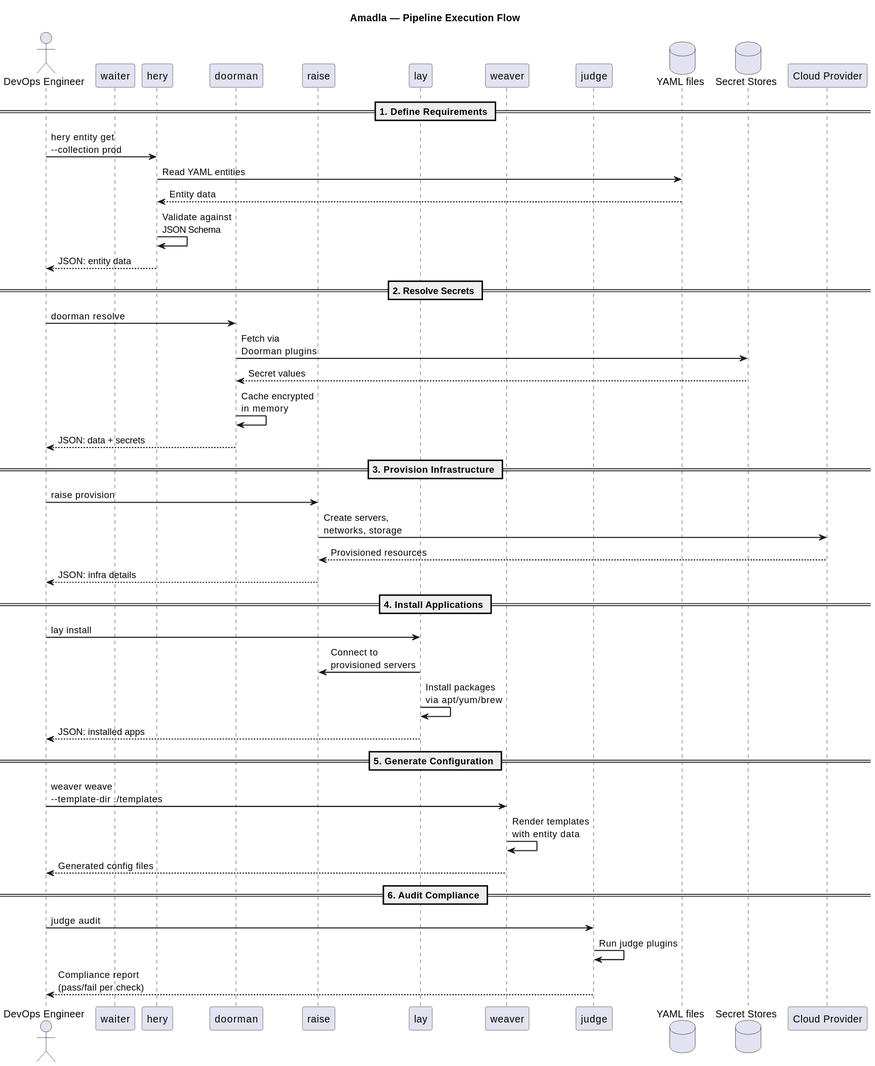
This is docs/diagrams/out/seq-pipeline-flow.svg from AmadlaOrg/AmadlaOrg.github.io, a PlantUML export, as it was before one commit. Its diagram source:
```plantuml
@startuml
title Amadla — Pipeline Execution Flow

skinparam sequenceArrowThickness 1.5
skinparam sequenceParticipantBorderColor #444

actor "DevOps Engineer" as user
participant "waiter" as waiter
participant "hery" as hery
participant "doorman" as doorman
participant "raise" as raise
participant "lay" as lay
participant "weaver" as weaver
participant "judge" as judge

database "YAML files" as yaml
database "Secret Stores" as secrets
participant "Cloud Provider" as cloud

== 1. Define Requirements ==
user -> hery : hery entity get\n--collection prod
hery -> yaml : Read YAML entities
yaml --> hery : Entity data
hery -> hery : Validate against\nJSON Schema
hery --> user : JSON: entity data

== 2. Resolve Secrets ==
user -> doorman : doorman resolve
doorman -> secrets : Fetch via\nDoorman plugins
secrets --> doorman : Secret values
doorman -> doorman : Cache encrypted\nin memory
doorman --> user : JSON: data + secrets

== 3. Provision Infrastructure ==
user -> raise : raise provision
raise -> cloud : Create servers,\nnetworks, storage
cloud --> raise : Provisioned resources
raise --> user : JSON: infra details

== 4. Install Applications ==
user -> lay : lay install
lay -> raise : Connect to\nprovisioned servers
lay -> lay : Install packages\nvia apt/yum/brew
lay --> user : JSON: installed apps

== 5. Generate Configuration ==
user -> weaver : weaver weave\n--template-dir ./templates
weaver -> weaver : Render templates\nwith entity data
weaver --> user : Generated config files

== 6. Audit Compliance ==
user -> judge : judge audit
judge -> judge : Run judge plugins
judge --> user : Compliance report\n(pass/fail per check)
@enduml
```
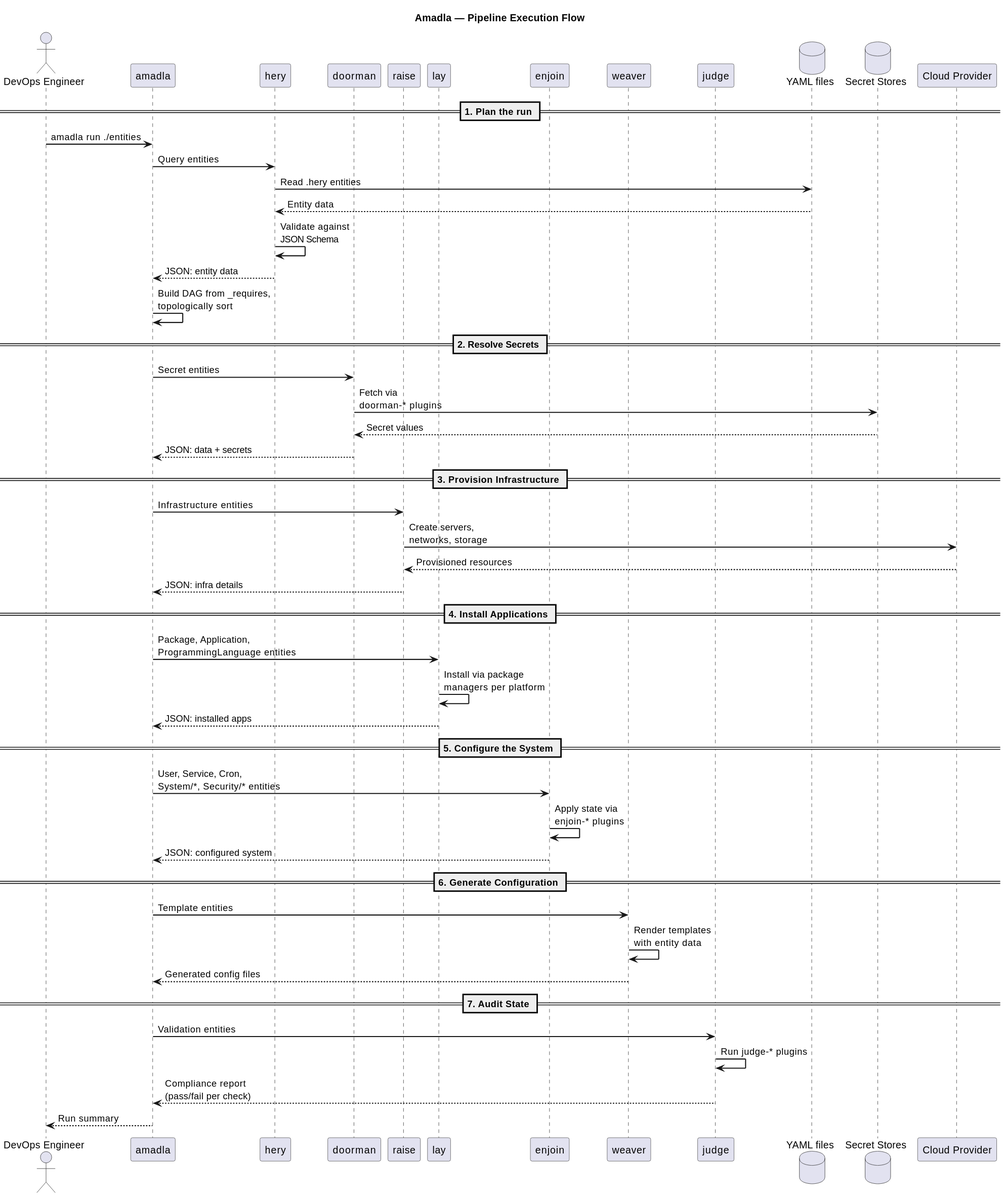
The same diagram one commit later.

The edit, as a diff of the source:
```diff
@@ -5,51 +5,64 @@
 skinparam sequenceParticipantBorderColor #444
 
 actor "DevOps Engineer" as user
-participant "waiter" as waiter
+participant "amadla" as amadla
 participant "hery" as hery
 participant "doorman" as doorman
 participant "raise" as raise
 participant "lay" as lay
+participant "enjoin" as enjoin
 participant "weaver" as weaver
 participant "judge" as judge
-
 database "YAML files" as yaml
 database "Secret Stores" as secrets
 participant "Cloud Provider" as cloud
 
-== 1. Define Requirements ==
-user -> hery : hery entity get\n--collection prod
-hery -> yaml : Read YAML entities
+== 1. Plan the run ==
+
+user -> amadla : amadla run ./entities
+amadla -> hery : Query entities
+hery -> yaml : Read .hery entities
 yaml --> hery : Entity data
 hery -> hery : Validate against\nJSON Schema
-hery --> user : JSON: entity data
+hery --> amadla : JSON: entity data
+amadla -> amadla : Build DAG from _requires,\ntopologically sort
 
 == 2. Resolve Secrets ==
-user -> doorman : doorman resolve
-doorman -> secrets : Fetch via\nDoorman plugins
+
+amadla -> doorman : Secret entities
+doorman -> secrets : Fetch via\ndoorman-* plugins
 secrets --> doorman : Secret values
-doorman -> doorman : Cache encrypted\nin memory
-doorman --> user : JSON: data + secrets
+doorman --> amadla : JSON: data + secrets
 
 == 3. Provision Infrastructure ==
-user -> raise : raise provision
+
+amadla -> raise : Infrastructure entities
 raise -> cloud : Create servers,\nnetworks, storage
 cloud --> raise : Provisioned resources
-raise --> user : JSON: infra details
+raise --> amadla : JSON: infra details
 
 == 4. Install Applications ==
-user -> lay : lay install
-lay -> raise : Connect to\nprovisioned servers
-lay -> lay : Install packages\nvia apt/yum/brew
-lay --> user : JSON: installed apps
 
-== 5. Generate Configuration ==
-user -> weaver : weaver weave\n--template-dir ./templates
+amadla -> lay : Package, Application,\nProgrammingLanguage entities
+lay -> lay : Install via package\nmanagers per platform
+lay --> amadla : JSON: installed apps
+
+== 5. Configure the System ==
+
+amadla -> enjoin : User, Service, Cron,\nSystem/*, Security/* entities
+enjoin -> enjoin : Apply state via\nenjoin-* plugins
+enjoin --> amadla : JSON: configured system
+
+== 6. Generate Configuration ==
+
+amadla -> weaver : Template entities
 weaver -> weaver : Render templates\nwith entity data
-weaver --> user : Generated config files
+weaver --> amadla : Generated config files
 
-== 6. Audit Compliance ==
-user -> judge : judge audit
-judge -> judge : Run judge plugins
-judge --> user : Compliance report\n(pass/fail per check)
+== 7. Audit State ==
+
+amadla -> judge : Validation entities
+judge -> judge : Run judge-* plugins
+judge --> amadla : Compliance report\n(pass/fail per check)
+amadla --> user : Run summary
 @enduml
```
